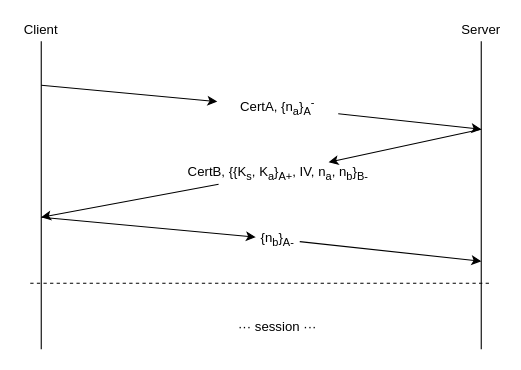
The draw.io diagram doc/img/key-exchange-protocol.drawio in giomba/cybersec-proj, before the edit. Source tidied: cells renumbered, new cells numbered last; positions are measured from the earlier drawing's top-left corner, leaving out a move shared by most shapes. Both pictures are drawn from the tidied source at 110%, with x=0, y=0 at pixel (19, 19).
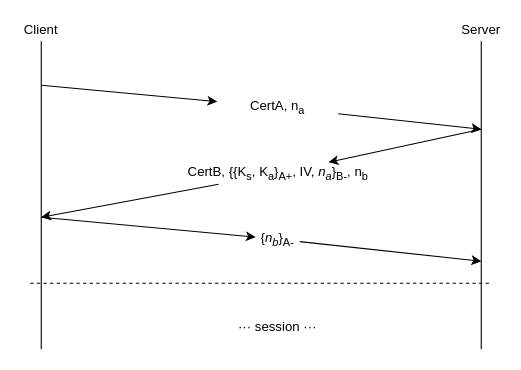
The same page after the edit.

Commit message (it also covers changes not shown here):
[doc] key exchange protocol better explained

Change to the diagram source:
```diff
@@
-    <mxCell id="7" value="CertA, {n&lt;sub&gt;a&lt;/sub&gt;}&lt;sub&gt;A&lt;/sub&gt;&lt;sup&gt;-&lt;/sup&gt;" style="text;html=1;strokeColor=none;fillColor=none;align=center;verticalAlign=middle;whiteSpace=wrap;rounded=0;" parent="1" vertex="1">
+    <mxCell id="7" value="CertA, n&lt;sub&gt;a&lt;/sub&gt;" style="text;html=1;strokeColor=none;fillColor=none;align=center;verticalAlign=middle;whiteSpace=wrap;rounded=0;" parent="1" vertex="1">
       <mxGeometry x="180" y="70" width="110" height="20" as="geometry" />
     </mxCell>
@@
-    <mxCell id="10" value="CertB, {{K&lt;sub&gt;s&lt;/sub&gt;, K&lt;sub&gt;a&lt;/sub&gt;}&lt;sub&gt;A+&lt;/sub&gt;, IV, n&lt;sub&gt;a&lt;/sub&gt;, n&lt;sub&gt;b&lt;/sub&gt;}&lt;sub&gt;B-&lt;/sub&gt;" style="text;html=1;strokeColor=none;fillColor=none;align=center;verticalAlign=middle;whiteSpace=wrap;rounded=0;" parent="1" vertex="1">
+    <mxCell id="10" value="CertB, {{K&lt;sub&gt;s&lt;/sub&gt;, K&lt;sub&gt;a&lt;/sub&gt;}&lt;sub&gt;A+&lt;/sub&gt;, IV, &lt;i&gt;n&lt;sub&gt;a&lt;/sub&gt;&lt;/i&gt;}&lt;sub&gt;B-&lt;/sub&gt;, n&lt;sub&gt;b&lt;/sub&gt;" style="text;html=1;strokeColor=none;fillColor=none;align=center;verticalAlign=middle;whiteSpace=wrap;rounded=0;" parent="1" vertex="1">
       <mxGeometry x="142.5" y="130" width="185" height="20" as="geometry" />
     </mxCell>
@@
-    <mxCell id="13" value="{n&lt;sub&gt;b&lt;/sub&gt;}&lt;sub&gt;A-&lt;/sub&gt;" style="text;html=1;strokeColor=none;fillColor=none;align=center;verticalAlign=middle;whiteSpace=wrap;rounded=0;" parent="1" vertex="1">
+    <mxCell id="13" value="{&lt;i&gt;n&lt;sub&gt;b&lt;/sub&gt;&lt;/i&gt;}&lt;sub&gt;A-&lt;/sub&gt;" style="text;html=1;strokeColor=none;fillColor=none;align=center;verticalAlign=middle;whiteSpace=wrap;rounded=0;" parent="1" vertex="1">
       <mxGeometry x="215" y="190" width="40" height="20" as="geometry" />
     </mxCell>
```
